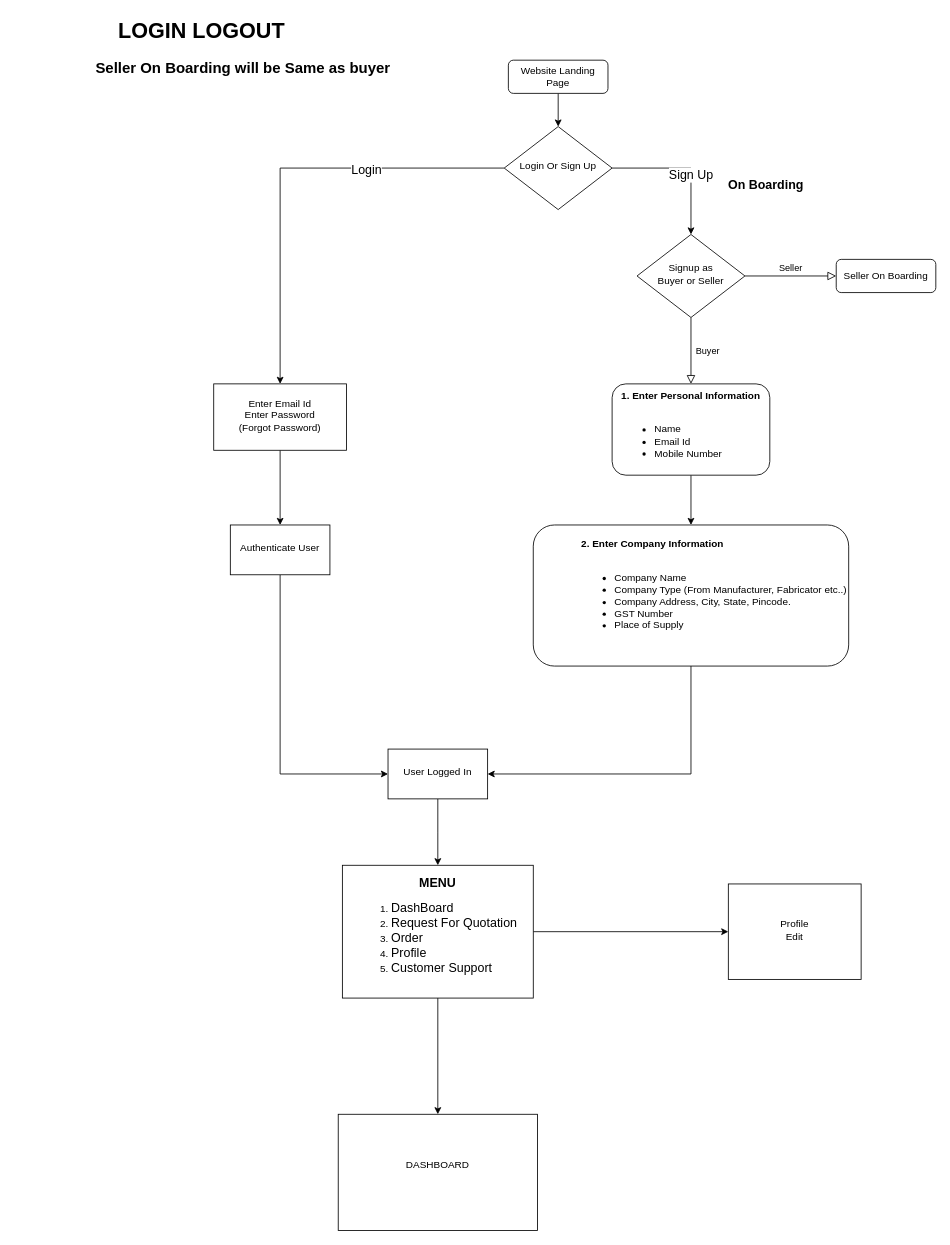
raiparag123/sanmati-develop keeps this draw.io diagram as page "Login/Sign Up (Buyer)" (1 of 3) of Buyer.drawio. Above is the earlier version. Source tidied: cells renumbered, new cells numbered last; positions are measured from the earlier drawing's top-left corner, leaving out a move shared by most shapes. Both pictures are drawn from the tidied source at 83%, with x=0, y=0 at pixel (89, 14).
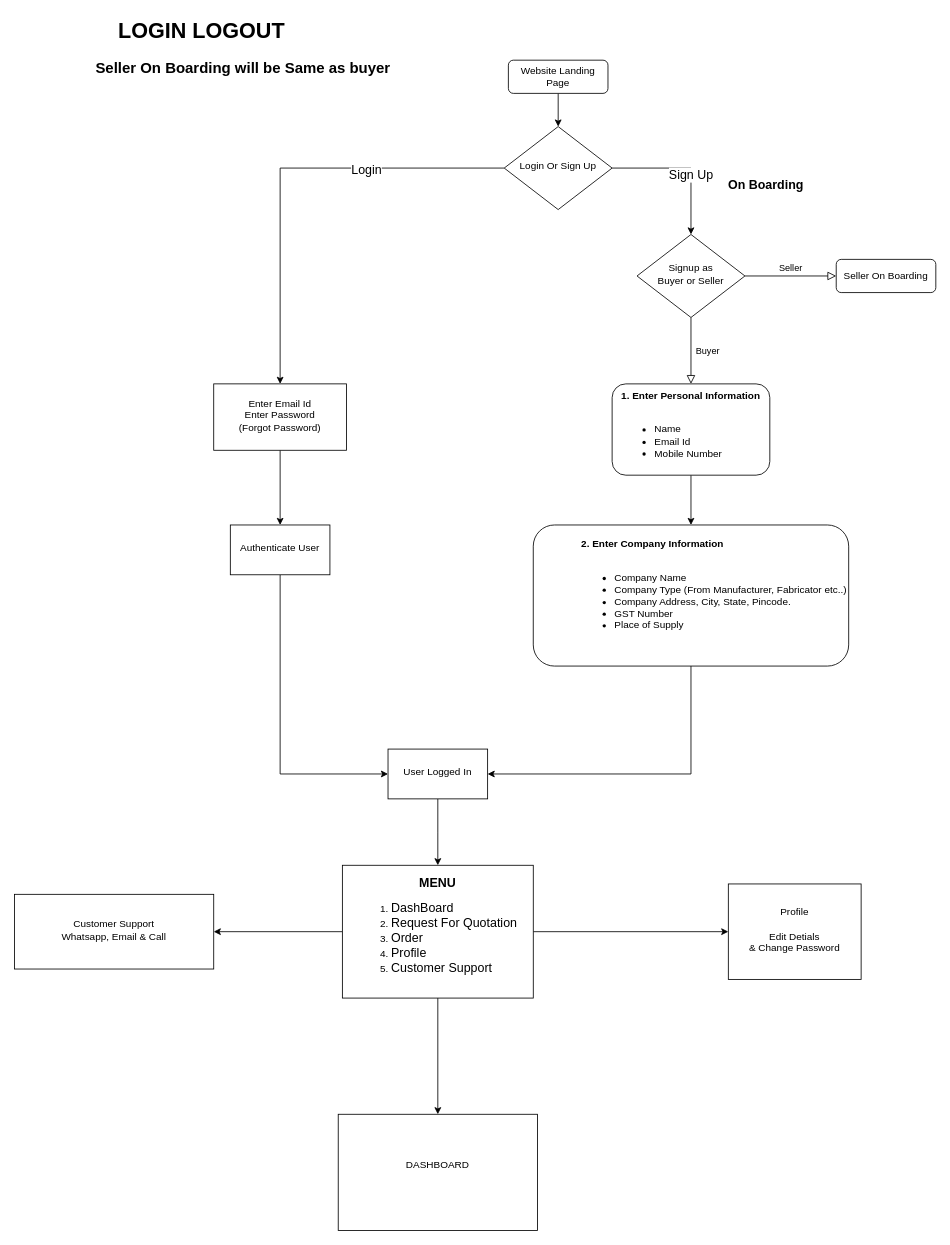
The same page after the edit.

Unchanged cells that the change refers to:
```xml
<mxCell id="27" value="&lt;div&gt;&lt;font size=&quot;1&quot;&gt;&lt;b style=&quot;font-size: 15px&quot;&gt;MENU&lt;/b&gt;&lt;/font&gt;&lt;/div&gt;&lt;div align=&quot;left&quot;&gt;&lt;ol&gt;&lt;li&gt;&lt;font style=&quot;font-size: 15px&quot;&gt;DashBoard&lt;/font&gt;&lt;/li&gt;&lt;li&gt;&lt;font style=&quot;font-size: 15px&quot;&gt;Request For Quotation&lt;/font&gt;&lt;/li&gt;&lt;li&gt;&lt;font style=&quot;font-size: 15px&quot;&gt;Order&lt;/font&gt;&lt;/li&gt;&lt;li&gt;&lt;font style=&quot;font-size: 15px&quot;&gt;Profile &lt;br&gt;&lt;/font&gt;&lt;/li&gt;&lt;li&gt;&lt;font style=&quot;font-size: 15px&quot;&gt;Customer Support&lt;br&gt;&lt;/font&gt;&lt;/li&gt;&lt;/ol&gt;&lt;/div&gt;" style="whiteSpace=wrap;html=1;shadow=0;strokeWidth=1;spacing=6;spacingTop=-4;" parent="1" vertex="1">
  <mxGeometry x="305" y="1025" width="230" height="160" as="geometry" />
</mxCell>
```

What changed in the source:
```diff
@@
+    <mxCell id="31" style="edgeStyle=orthogonalEdgeStyle;rounded=0;jettySize=auto;html=1;fontSize=17;" parent="1" edge="1" source="27" target="32">
+      <mxGeometry relative="1" as="geometry" />
+    </mxCell>
@@
-    <mxCell id="30" value="&lt;div&gt;Profile&lt;/div&gt;&lt;div&gt;Edit &lt;br&gt; &lt;/div&gt;" style="whiteSpace=wrap;html=1;shadow=0;strokeWidth=1;spacing=6;spacingTop=-4;" parent="1" vertex="1">
+    <mxCell id="30" value="&lt;div&gt;Profile&lt;/div&gt;&lt;div&gt;&lt;br&gt;&lt;/div&gt;&lt;div&gt;Edit Detials&lt;/div&gt;&lt;div&gt;&amp;amp; Change Password&lt;br&gt;&lt;/div&gt;" style="whiteSpace=wrap;html=1;shadow=0;strokeWidth=1;spacing=6;spacingTop=-4;" parent="1" vertex="1">
       <mxGeometry x="770" y="1047.5" width="160" height="115" as="geometry" />
     </mxCell>
+    <mxCell id="32" value="&lt;div&gt;Customer Support&lt;/div&gt;&lt;div&gt;Whatsapp, Email &amp;amp; Call&lt;br&gt;&lt;/div&gt;" style="whiteSpace=wrap;html=1;shadow=0;strokeWidth=1;spacing=6;spacingTop=-4;" parent="1" vertex="1">
+      <mxGeometry x="-90" y="1060" width="240" height="90" as="geometry" />
+    </mxCell>
```
